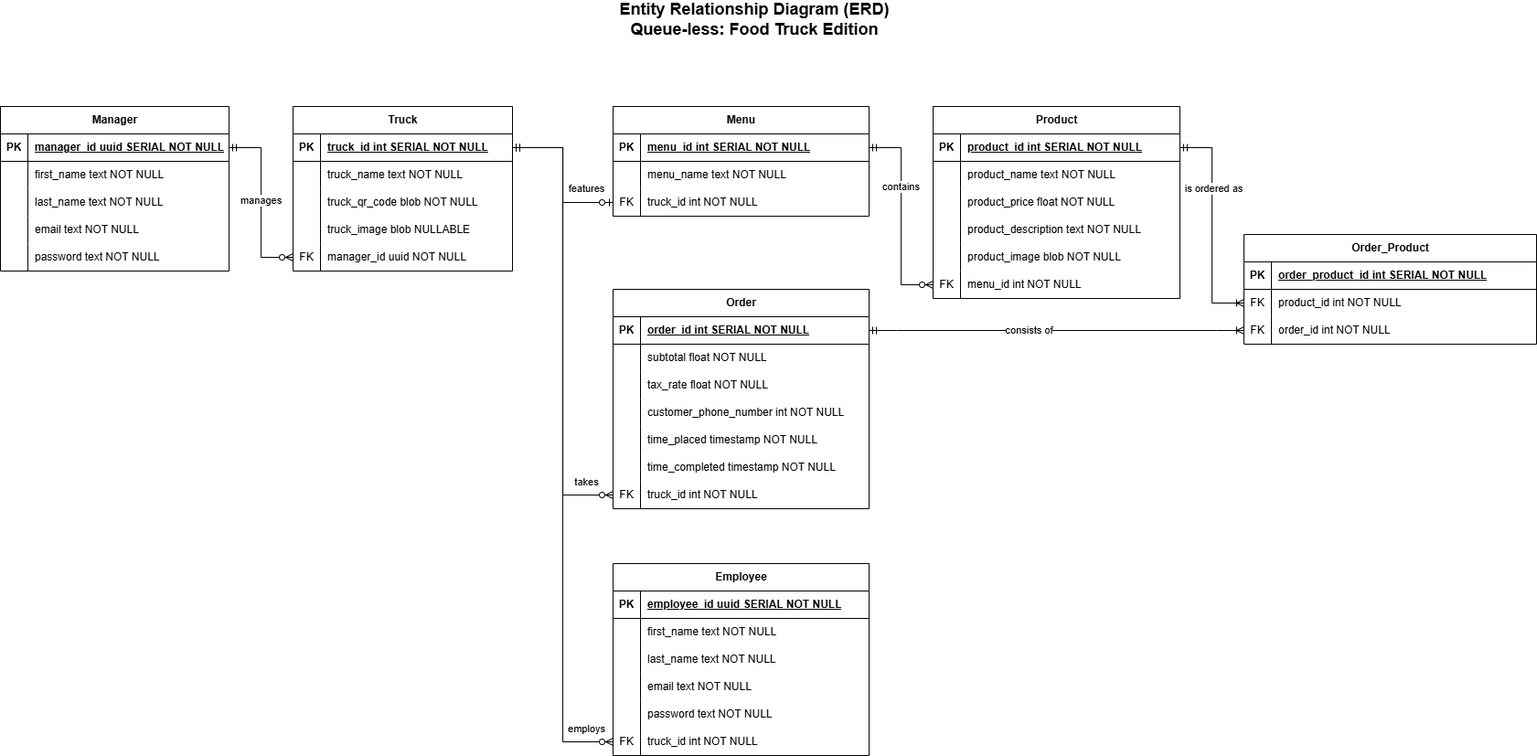
The draw.io diagram qless/documentation/ERD.png in MasonKrause7/qless-host, before a commit. Source tidied: cells renumbered, new cells last; positions are measured from the earlier drawing's top-left corner, leaving out a move shared by most shapes.
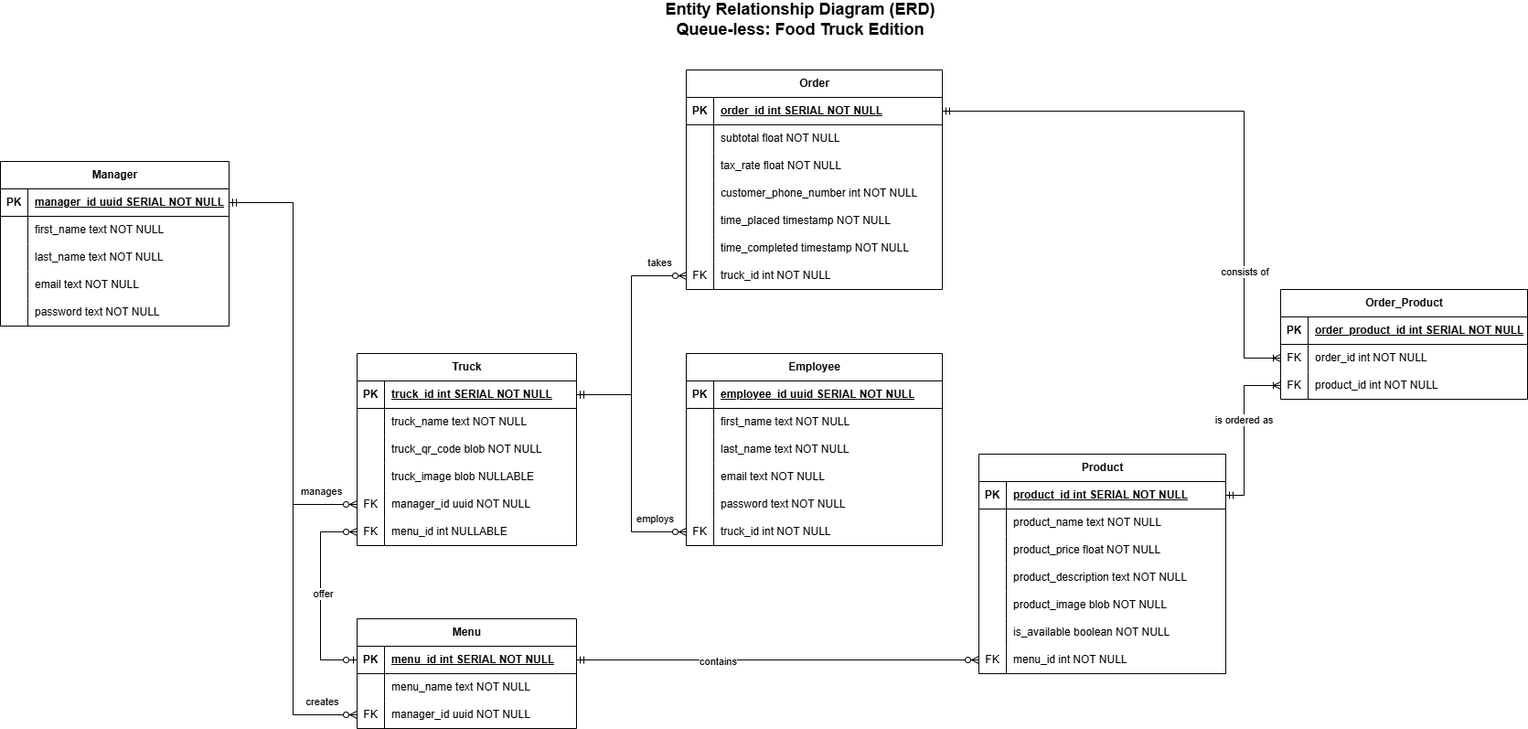
After the commit.

Change to the diagram source:
```diff
@@ -5,3 +5,3 @@
     <mxCell id="2" value="Truck" style="shape=table;startSize=30;rowLines=0;fontStyle=1;align=center;html=1;" parent="1" vertex="1">
-      <mxGeometry x="320" y="110" width="240" height="180" as="geometry" />
+      <mxGeometry x="390" y="380" width="240" height="210" as="geometry" />
     </mxCell>
@@ -52,4 +52,13 @@
     </mxCell>
+    <mxCell id="129" style="shape=tableRow;horizontal=0;startSize=0;swimlaneHead=0;swimlaneBody=0;fillColor=none;points=[[0,0.5],[1,0.5]];portConstraint=eastwest;top=0;left=0;right=0;bottom=0;" parent="2" vertex="1">
+      <mxGeometry y="180" width="240" height="30" as="geometry" />
+    </mxCell>
+    <mxCell id="130" value="FK" style="shape=partialRectangle;fillColor=none;top=0;left=0;bottom=0;right=0;overflow=hidden;whiteSpace=wrap;html=1;" parent="129" vertex="1">
+      <mxGeometry width="30" height="30" as="geometry" />
+    </mxCell>
+    <mxCell id="131" value="menu_id int NULLABLE" style="shape=partialRectangle;fillColor=none;top=0;left=0;bottom=0;right=0;align=left;spacingLeft=6;overflow=hidden;whiteSpace=wrap;html=1;" parent="129" vertex="1">
+      <mxGeometry x="30" width="210" height="30" as="geometry" />
+    </mxCell>
     <mxCell id="18" value="Manager" style="shape=table;startSize=30;rowLines=0;fontStyle=1;align=center;html=1;" parent="1" vertex="1">
-      <mxGeometry y="110" width="250" height="180" as="geometry" />
+      <mxGeometry y="170" width="250" height="180" as="geometry" />
     </mxCell>
@@ -101,6 +110,6 @@
     <mxCell id="34" value="Menu" style="shape=table;startSize=30;rowLines=0;fontStyle=1;align=center;html=1;" parent="1" vertex="1">
-      <mxGeometry x="670" y="110" width="280" height="120" as="geometry" />
+      <mxGeometry x="390" y="670" width="240" height="120" as="geometry" />
     </mxCell>
     <mxCell id="35" style="shape=tableRow;horizontal=0;startSize=0;swimlaneHead=0;swimlaneBody=0;fillColor=none;points=[[0,0.5],[1,0.5]];portConstraint=eastwest;top=0;left=0;right=0;bottom=1;" parent="34" vertex="1">
-      <mxGeometry y="30" width="280" height="30" as="geometry" />
+      <mxGeometry y="30" width="240" height="30" as="geometry" />
     </mxCell>
@@ -110,6 +119,6 @@
     <mxCell id="37" value="menu_id int SERIAL NOT NULL" style="shape=partialRectangle;fillColor=none;top=0;left=0;bottom=0;right=0;align=left;spacingLeft=6;fontStyle=5;overflow=hidden;whiteSpace=wrap;html=1;" parent="35" vertex="1">
-      <mxGeometry x="30" width="250" height="30" as="geometry" />
+      <mxGeometry x="30" width="210" height="30" as="geometry" />
     </mxCell>
     <mxCell id="38" style="shape=tableRow;horizontal=0;startSize=0;swimlaneHead=0;swimlaneBody=0;fillColor=none;top=0;left=0;right=0;bottom=0;" parent="34" vertex="1">
-      <mxGeometry y="60" width="280" height="30" as="geometry" />
+      <mxGeometry y="60" width="240" height="30" as="geometry" />
     </mxCell>
@@ -119,15 +128,15 @@
     <mxCell id="40" value="menu_name text NOT NULL" style="shape=partialRectangle;fillColor=none;top=0;left=0;bottom=0;right=0;align=left;spacingLeft=6;overflow=hidden;whiteSpace=wrap;html=1;" parent="38" vertex="1">
-      <mxGeometry x="30" width="250" height="30" as="geometry" />
+      <mxGeometry x="30" width="210" height="30" as="geometry" />
     </mxCell>
-    <mxCell id="41" style="shape=tableRow;horizontal=0;startSize=0;swimlaneHead=0;swimlaneBody=0;fillColor=none;points=[[0,0.5],[1,0.5]];portConstraint=eastwest;top=0;left=0;right=0;bottom=0;" parent="34" vertex="1">
-      <mxGeometry y="90" width="280" height="30" as="geometry" />
-    </mxCell>
-    <mxCell id="42" value="FK" style="shape=partialRectangle;fillColor=none;top=0;left=0;bottom=0;right=0;overflow=hidden;whiteSpace=wrap;html=1;" parent="41" vertex="1">
-      <mxGeometry width="30" height="30" as="geometry" />
-    </mxCell>
-    <mxCell id="43" value="truck_id int NOT NULL" style="shape=partialRectangle;fillColor=none;top=0;left=0;bottom=0;right=0;align=left;spacingLeft=6;overflow=hidden;whiteSpace=wrap;html=1;" parent="41" vertex="1">
-      <mxGeometry x="30" width="250" height="30" as="geometry" />
-    </mxCell>
+    <mxCell id="132" style="shape=tableRow;horizontal=0;startSize=0;swimlaneHead=0;swimlaneBody=0;fillColor=none;points=[[0,0.5],[1,0.5]];portConstraint=eastwest;top=0;left=0;right=0;bottom=0;" parent="34" vertex="1">
+      <mxGeometry y="90" width="240" height="30" as="geometry" />
+    </mxCell>
+    <mxCell id="133" value="FK" style="shape=partialRectangle;fillColor=none;top=0;left=0;bottom=0;right=0;overflow=hidden;whiteSpace=wrap;html=1;" parent="132" vertex="1">
+      <mxGeometry width="30" height="30" as="geometry" />
+    </mxCell>
+    <mxCell id="134" value="manager_id uuid NOT NULL" style="shape=partialRectangle;fillColor=none;top=0;left=0;bottom=0;right=0;align=left;spacingLeft=6;overflow=hidden;whiteSpace=wrap;html=1;" parent="132" vertex="1">
+      <mxGeometry x="30" width="210" height="30" as="geometry" />
+    </mxCell>
     <mxCell id="44" value="Order" style="shape=table;startSize=30;rowLines=0;fontStyle=1;align=center;html=1;" parent="1" vertex="1">
-      <mxGeometry x="670" y="310" width="280" height="240" as="geometry" />
+      <mxGeometry x="750" y="70" width="280" height="240" as="geometry" />
     </mxCell>
@@ -190,5 +199,5 @@
     </mxCell>
-    <mxCell id="64" value="FK" style="shape=partialRectangle;fillColor=none;top=0;left=0;bottom=0;right=0;overflow=hidden;whiteSpace=wrap;html=1;" parent="63" vertex="1">
-      <mxGeometry width="30" height="30" as="geometry" />
-    </mxCell>
+    <mxCell id="135" value="FK" style="shape=partialRectangle;fillColor=none;top=0;left=0;bottom=0;right=0;overflow=hidden;whiteSpace=wrap;html=1;" parent="63" vertex="1">
+      <mxGeometry width="30" height="30" as="geometry" />
+    </mxCell>
     <mxCell id="65" value="truck_id int NOT NULL&amp;nbsp;" style="shape=partialRectangle;fillColor=none;top=0;left=0;bottom=0;right=0;align=left;spacingLeft=6;overflow=hidden;whiteSpace=wrap;html=1;" parent="63" vertex="1">
@@ -197,3 +206,3 @@
     <mxCell id="66" value="Product" style="shape=table;startSize=30;rowLines=0;fontStyle=1;align=center;html=1;" parent="1" vertex="1">
-      <mxGeometry x="1020" y="110" width="270" height="210" as="geometry" />
+      <mxGeometry x="1070" y="490" width="270" height="240" as="geometry" />
     </mxCell>
@@ -247,13 +256,22 @@
     </mxCell>
-    <mxCell id="83" value="FK" style="shape=partialRectangle;fillColor=none;top=0;left=0;bottom=0;right=0;overflow=hidden;whiteSpace=wrap;html=1;" parent="82" vertex="1">
+    <mxCell id="83" style="shape=partialRectangle;fillColor=none;top=0;left=0;bottom=0;right=0;overflow=hidden;whiteSpace=wrap;html=1;" parent="82" vertex="1">
       <mxGeometry width="30" height="30" as="geometry" />
     </mxCell>
-    <mxCell id="84" value="menu_id int NOT NULL" style="shape=partialRectangle;fillColor=none;top=0;left=0;bottom=0;right=0;align=left;spacingLeft=6;overflow=hidden;whiteSpace=wrap;html=1;" parent="82" vertex="1">
+    <mxCell id="84" value="is_available boolean NOT NULL" style="shape=partialRectangle;fillColor=none;top=0;left=0;bottom=0;right=0;align=left;spacingLeft=6;overflow=hidden;whiteSpace=wrap;html=1;" parent="82" vertex="1">
       <mxGeometry x="30" width="240" height="30" as="geometry" />
     </mxCell>
+    <mxCell id="136" style="shape=tableRow;horizontal=0;startSize=0;swimlaneHead=0;swimlaneBody=0;fillColor=none;points=[[0,0.5],[1,0.5]];portConstraint=eastwest;top=0;left=0;right=0;bottom=0;" parent="66" vertex="1">
+      <mxGeometry y="210" width="270" height="30" as="geometry" />
+    </mxCell>
+    <mxCell id="137" value="FK" style="shape=partialRectangle;fillColor=none;top=0;left=0;bottom=0;right=0;overflow=hidden;whiteSpace=wrap;html=1;" parent="136" vertex="1">
+      <mxGeometry width="30" height="30" as="geometry" />
+    </mxCell>
+    <mxCell id="138" value="menu_id int NOT NULL" style="shape=partialRectangle;fillColor=none;top=0;left=0;bottom=0;right=0;align=left;spacingLeft=6;overflow=hidden;whiteSpace=wrap;html=1;" parent="136" vertex="1">
+      <mxGeometry x="30" width="240" height="30" as="geometry" />
+    </mxCell>
     <mxCell id="85" value="Order_Product" style="shape=table;startSize=30;rowLines=0;fontStyle=1;align=center;html=1;" parent="1" vertex="1">
-      <mxGeometry x="1360" y="250" width="320" height="120" as="geometry" />
+      <mxGeometry x="1400" y="310" width="270" height="120" as="geometry" />
     </mxCell>
     <mxCell id="86" style="shape=tableRow;horizontal=0;startSize=0;swimlaneHead=0;swimlaneBody=0;fillColor=none;top=0;left=0;right=0;bottom=1;" parent="85" vertex="1">
-      <mxGeometry y="30" width="320" height="30" as="geometry" />
+      <mxGeometry y="30" width="270" height="30" as="geometry" />
     </mxCell>
@@ -263,6 +281,6 @@
     <mxCell id="88" value="order_product_id int SERIAL NOT NULL" style="shape=partialRectangle;fillColor=none;top=0;left=0;bottom=0;right=0;align=left;spacingLeft=6;fontStyle=5;overflow=hidden;whiteSpace=wrap;html=1;" parent="86" vertex="1">
-      <mxGeometry x="30" width="290" height="30" as="geometry" />
+      <mxGeometry x="30" width="240" height="30" as="geometry" />
     </mxCell>
     <mxCell id="89" style="shape=tableRow;horizontal=0;startSize=0;swimlaneHead=0;swimlaneBody=0;fillColor=none;points=[[0,0.5],[1,0.5]];portConstraint=eastwest;top=0;left=0;right=0;bottom=0;" parent="85" vertex="1">
-      <mxGeometry y="60" width="320" height="30" as="geometry" />
+      <mxGeometry y="60" width="270" height="30" as="geometry" />
     </mxCell>
@@ -271,7 +289,7 @@
     </mxCell>
-    <mxCell id="91" value="product_id int NOT NULL" style="shape=partialRectangle;fillColor=none;top=0;left=0;bottom=0;right=0;align=left;spacingLeft=6;overflow=hidden;whiteSpace=wrap;html=1;" parent="89" vertex="1">
-      <mxGeometry x="30" width="290" height="30" as="geometry" />
+    <mxCell id="91" value="order_id int NOT NULL" style="shape=partialRectangle;fillColor=none;top=0;left=0;bottom=0;right=0;align=left;spacingLeft=6;overflow=hidden;whiteSpace=wrap;html=1;" parent="89" vertex="1">
+      <mxGeometry x="30" width="240" height="30" as="geometry" />
     </mxCell>
     <mxCell id="92" style="shape=tableRow;horizontal=0;startSize=0;swimlaneHead=0;swimlaneBody=0;fillColor=none;points=[[0,0.5],[1,0.5]];portConstraint=eastwest;top=0;left=0;right=0;bottom=0;" parent="85" vertex="1">
-      <mxGeometry y="90" width="320" height="30" as="geometry" />
+      <mxGeometry y="90" width="270" height="30" as="geometry" />
     </mxCell>
@@ -280,14 +298,6 @@
     </mxCell>
-    <mxCell id="94" value="order_id int NOT NULL" style="shape=partialRectangle;fillColor=none;top=0;left=0;bottom=0;right=0;align=left;spacingLeft=6;overflow=hidden;whiteSpace=wrap;html=1;" parent="92" vertex="1">
-      <mxGeometry x="30" width="290" height="30" as="geometry" />
+    <mxCell id="94" value="product_id int NOT NULL" style="shape=partialRectangle;fillColor=none;top=0;left=0;bottom=0;right=0;align=left;spacingLeft=6;overflow=hidden;whiteSpace=wrap;html=1;" parent="92" vertex="1">
+      <mxGeometry x="30" width="240" height="30" as="geometry" />
     </mxCell>
-    <mxCell id="95" style="edgeStyle=orthogonalEdgeStyle;fontSize=12;html=1;endArrow=ERzeroToOne;startArrow=ERmandOne;rounded=0;exitX=1;exitY=0.5;exitDx=0;exitDy=0;entryX=0;entryY=0.5;entryDx=0;entryDy=0;" parent="1" edge="1" source="3" target="41">
-      <mxGeometry relative="1" as="geometry" />
-    </mxCell>
-    <mxCell id="96" value="features" style="edgeLabel;html=1;align=center;verticalAlign=middle;" parent="95" vertex="1">
-      <mxGeometry x="-0.15" y="-1" relative="1" as="geometry">
-        <mxPoint x="26" y="27" as="offset" />
-      </mxGeometry>
-    </mxCell>
-    <mxCell id="97" style="edgeStyle=orthogonalEdgeStyle;fontSize=12;html=1;endArrow=ERzeroToMany;startArrow=ERmandOne;rounded=0;exitX=1;exitY=0.5;exitDx=0;exitDy=0;entryX=0;entryY=0.5;entryDx=0;entryDy=0;" parent="1" edge="1" source="35" target="82">
+    <mxCell id="97" style="edgeStyle=orthogonalEdgeStyle;fontSize=12;html=1;endArrow=ERzeroToMany;startArrow=ERmandOne;rounded=0;exitX=1;exitY=0.5;exitDx=0;exitDy=0;entryX=0;entryY=0.5;entryDx=0;entryDy=0;" parent="1" edge="1" source="35" target="136">
       <mxGeometry relative="1" as="geometry" />
@@ -297,7 +307,14 @@
     </mxCell>
-    <mxCell id="99" style="edgeStyle=entityRelationEdgeStyle;fontSize=12;html=1;endArrow=ERoneToMany;startArrow=ERmandOne;rounded=0;exitX=1;exitY=0.5;exitDx=0;exitDy=0;entryX=0;entryY=0.5;entryDx=0;entryDy=0;" parent="1" edge="1" source="45" target="92">
-      <mxGeometry relative="1" as="geometry" />
+    <mxCell id="99" style="edgeStyle=orthogonalEdgeStyle;fontSize=12;html=1;endArrow=ERoneToMany;startArrow=ERmandOne;rounded=0;exitX=1;exitY=0.5;exitDx=0;exitDy=0;entryX=0;entryY=0.5;entryDx=0;entryDy=0;" parent="1" edge="1" source="45" target="89">
+      <mxGeometry relative="1" as="geometry">
+        <Array as="points">
+          <mxPoint x="1360" y="115" />
+          <mxPoint x="1360" y="385" />
+        </Array>
+      </mxGeometry>
     </mxCell>
     <mxCell id="100" value="consists of" style="edgeLabel;html=1;align=center;verticalAlign=middle;" parent="99" vertex="1">
-      <mxGeometry x="-0.15" y="1" relative="1" as="geometry" />
+      <mxGeometry x="-0.15" y="1" relative="1" as="geometry">
+        <mxPoint x="59" y="176" as="offset" />
+      </mxGeometry>
     </mxCell>
@@ -308,7 +325,12 @@
       <mxGeometry x="-0.24" y="-1" relative="1" as="geometry">
-        <mxPoint x="26" y="233" as="offset" />
+        <mxPoint x="29" y="-109" as="offset" />
       </mxGeometry>
     </mxCell>
-    <mxCell id="103" style="edgeStyle=orthogonalEdgeStyle;fontSize=12;html=1;endArrow=ERoneToMany;startArrow=ERmandOne;rounded=0;exitX=1;exitY=0.5;exitDx=0;exitDy=0;entryX=0;entryY=0.5;entryDx=0;entryDy=0;" parent="1" edge="1" source="67" target="89">
-      <mxGeometry relative="1" as="geometry" />
+    <mxCell id="103" style="edgeStyle=orthogonalEdgeStyle;fontSize=12;html=1;endArrow=ERoneToMany;startArrow=ERmandOne;rounded=0;exitX=1;exitY=0.5;exitDx=0;exitDy=0;entryX=0;entryY=0.5;entryDx=0;entryDy=0;" parent="1" edge="1" source="67" target="92">
+      <mxGeometry relative="1" as="geometry">
+        <Array as="points">
+          <mxPoint x="1360" y="535" />
+          <mxPoint x="1360" y="415" />
+        </Array>
+      </mxGeometry>
     </mxCell>
@@ -323,9 +345,11 @@
     <mxCell id="106" value="manages" style="edgeLabel;html=1;align=center;verticalAlign=middle;" parent="105" vertex="1">
-      <mxGeometry x="-0.02" y="-1" relative="1" as="geometry" />
+      <mxGeometry x="-0.02" y="-1" relative="1" as="geometry">
+        <mxPoint x="31" y="156" as="offset" />
+      </mxGeometry>
     </mxCell>
     <mxCell id="107" value="&lt;font style=&quot;font-size: 18px;&quot;&gt;&lt;b&gt;Entity Relationship Diagram (ERD)&lt;br&gt;Queue-less: Food Truck Edition&lt;/b&gt;&lt;/font&gt;" style="text;html=1;align=center;verticalAlign=middle;whiteSpace=wrap;rounded=0;" parent="1" vertex="1">
-      <mxGeometry x="510" width="630" height="30" as="geometry" />
+      <mxGeometry x="560" width="630" height="30" as="geometry" />
     </mxCell>
     <mxCell id="108" value="Employee" style="shape=table;startSize=30;rowLines=0;fontStyle=1;align=center;html=1;" parent="1" vertex="1">
-      <mxGeometry x="670" y="610" width="280" height="210" as="geometry" />
+      <mxGeometry x="750" y="380" width="280" height="210" as="geometry" />
     </mxCell>
@@ -390,5 +414,24 @@
       <mxGeometry x="0.74" y="4" relative="1" as="geometry">
-        <mxPoint x="21" y="29" as="offset" />
+        <mxPoint y="-11" as="offset" />
       </mxGeometry>
     </mxCell>
+    <mxCell id="139" style="edgeStyle=orthogonalEdgeStyle;fontSize=12;html=1;endArrow=ERzeroToMany;startArrow=ERmandOne;rounded=0;exitX=1;exitY=0.5;exitDx=0;exitDy=0;entryX=0;entryY=0.5;entryDx=0;entryDy=0;" parent="1" edge="1" source="19" target="132">
+      <mxGeometry relative="1" as="geometry" />
+    </mxCell>
+    <mxCell id="140" value="creates" style="edgeLabel;html=1;align=center;verticalAlign=middle;" parent="139" vertex="1">
+      <mxGeometry x="0.84" y="3" relative="1" as="geometry">
+        <mxPoint x="17" y="-12" as="offset" />
+      </mxGeometry>
+    </mxCell>
+    <mxCell id="141" style="edgeStyle=orthogonalEdgeStyle;fontSize=12;html=1;endArrow=ERzeroToMany;startArrow=ERzeroToOne;rounded=0;exitX=0;exitY=0.5;exitDx=0;exitDy=0;entryX=0;entryY=0.5;entryDx=0;entryDy=0;" parent="1" edge="1" source="35" target="129">
+      <mxGeometry relative="1" as="geometry">
+        <Array as="points">
+          <mxPoint x="350" y="715" />
+          <mxPoint x="350" y="575" />
+        </Array>
+      </mxGeometry>
+    </mxCell>
+    <mxCell id="142" value="offer" style="edgeLabel;html=1;align=center;verticalAlign=middle;" parent="141" vertex="1">
+      <mxGeometry x="0.03" y="-2" relative="1" as="geometry" />
+    </mxCell>
   </root>
```
